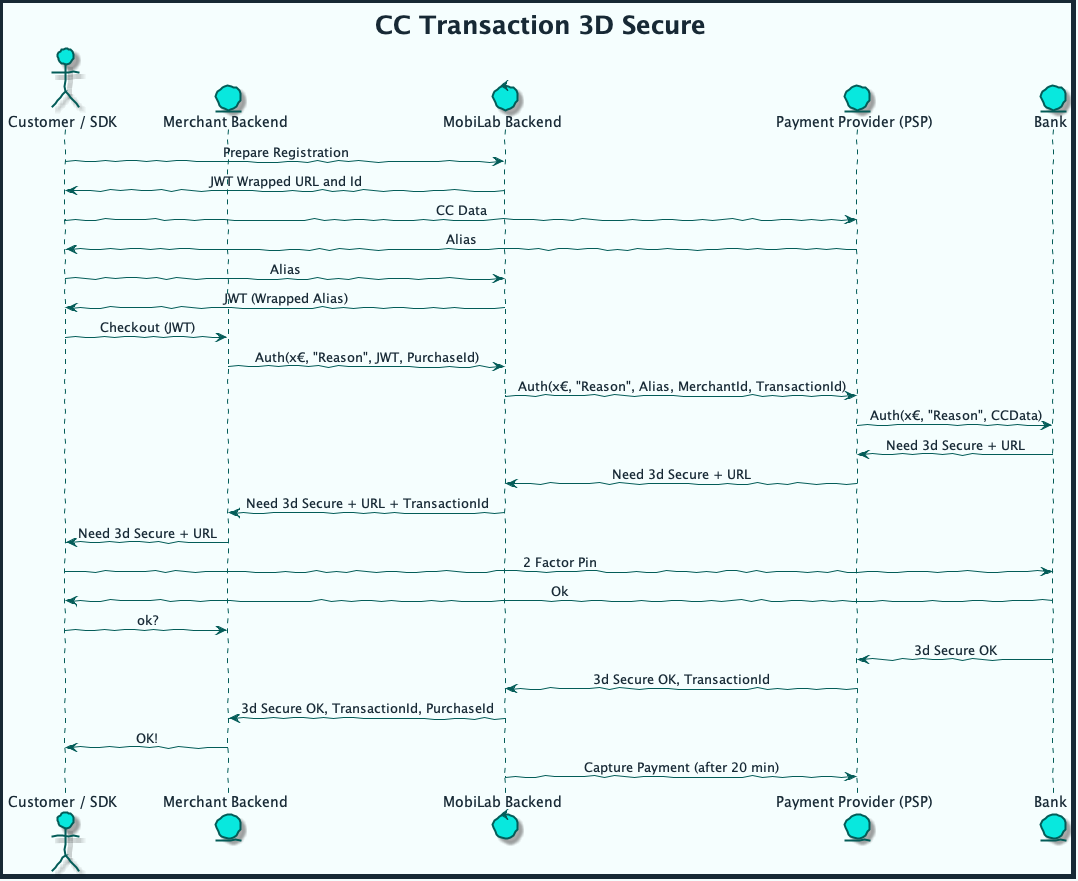
mobilabsolutions/stash-sdk-wiki keeps this PlantUML diagram as diagrams/out/cc_transaction_3d.png. Above is the earlier version.
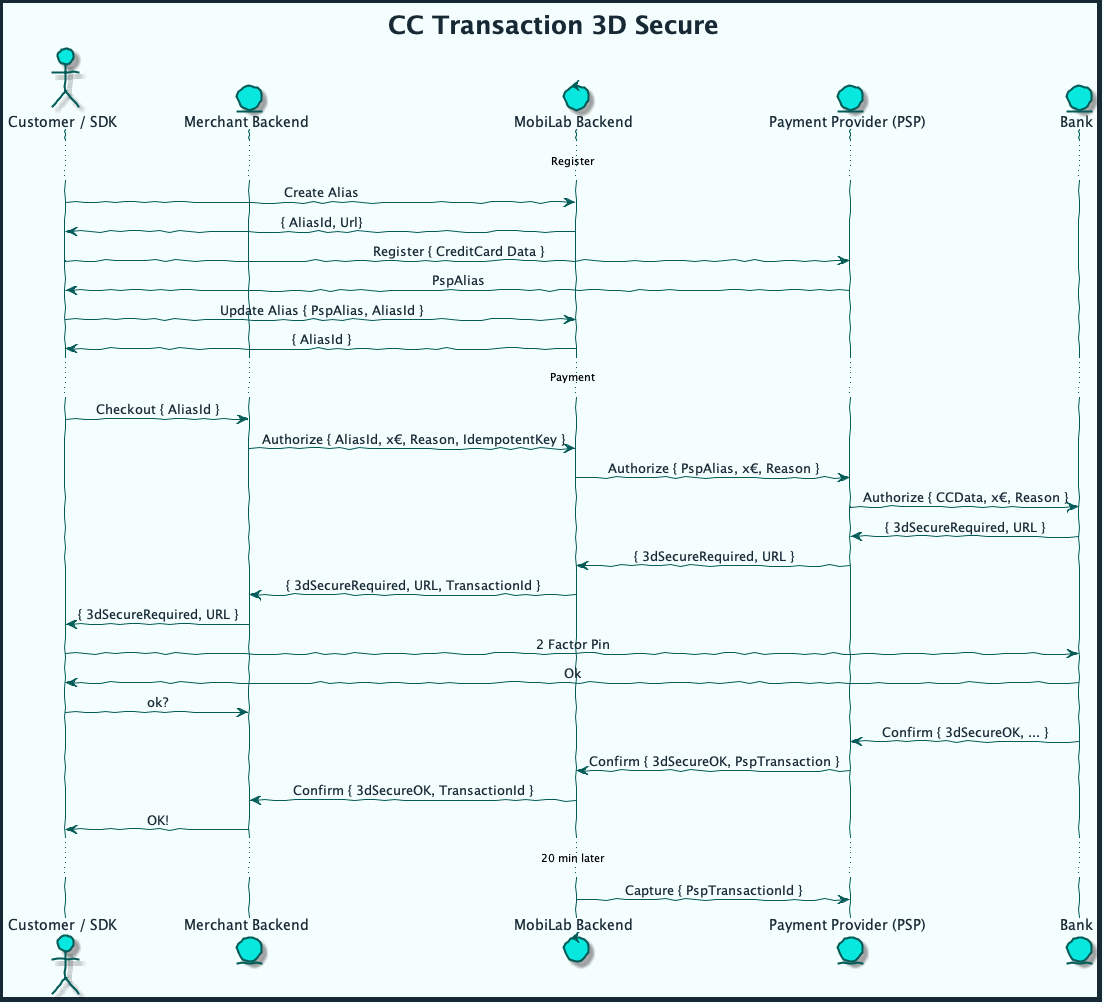
After the change.

The edit, as a diff of the source:
```diff
@@ -14,7 +14,7 @@
 skinparam BackgroundColor #F5FEFE
 skinparam ClassAttributeFontColor #172935
 skinparam ClassAttributeFontName Raleway
-skinparam ClassBackgroundColor #08E8DE
+skinparam ClassBackgroundColor #3AEDE5
 skinparam ClassBorderColor #035C58
 skinparam ClassFontColor #172935
 skinparam ClassFontName Raleway
@@ -53,34 +53,34 @@
 entity "Payment Provider (PSP)" as PSP
 entity "Bank"
 
-User -> MBE: Prepare Registration
-MBE -> User: JWT Wrapped URL and Id
+... Register ...
+User -> MBE: Create Alias
+MBE -> User: { AliasId, Url}
 
-User -> PSP: CC Data
-PSP -> User: Alias
+User -> PSP: Register { CreditCard Data }
+PSP -> User: PspAlias
 
-User -> MBE: Alias
-MBE -> User: JWT (Wrapped Alias)
+User -> MBE: Update Alias { PspAlias, AliasId }
+MBE -> User: { AliasId }
 
-User -> MEC: Checkout (JWT)
-MEC -> MBE: Auth(x€, "Reason", JWT, PurchaseId)
-MBE -> PSP: Auth(x€, "Reason", Alias, MerchantId, TransactionId)
-PSP -> Bank: Auth(x€, "Reason", CCData)
-Bank -> PSP: Need 3d Secure + URL
-PSP -> MBE: Need 3d Secure + URL
-MBE -> MEC: Need 3d Secure + URL + TransactionId
-MEC -> User: Need 3d Secure + URL
-
+... Payment ...
+User -> MEC: Checkout { AliasId }
+MEC -> MBE: Authorize { AliasId, x€, Reason, IdempotentKey }
+MBE -> PSP: Authorize { PspAlias, x€, Reason }
+PSP -> Bank: Authorize { CCData, x€, Reason }
+Bank -> PSP: { 3dSecureRequired, URL }
+PSP -> MBE: { 3dSecureRequired, URL }
+MBE -> MEC: { 3dSecureRequired, URL, TransactionId }
+MEC -> User: { 3dSecureRequired, URL }
 User -> Bank: 2 Factor Pin
 Bank -> User: Ok
-
 User -> MEC: ok?
-Bank -> PSP: 3d Secure OK
-PSP -> MBE: 3d Secure OK, TransactionId
-MBE -> MEC: 3d Secure OK, TransactionId, PurchaseId
+Bank -> PSP: Confirm { 3dSecureOK, ... }
+PSP -> MBE: Confirm { 3dSecureOK, PspTransaction }
+MBE -> MEC: Confirm { 3dSecureOK, TransactionId }
 MEC -> User: OK!
 
-
-MBE -> PSP: Capture Payment (after 20 min)
+... 20 min later ...
+MBE -> PSP: Capture { PspTransactionId }
 
 @enduml
```
